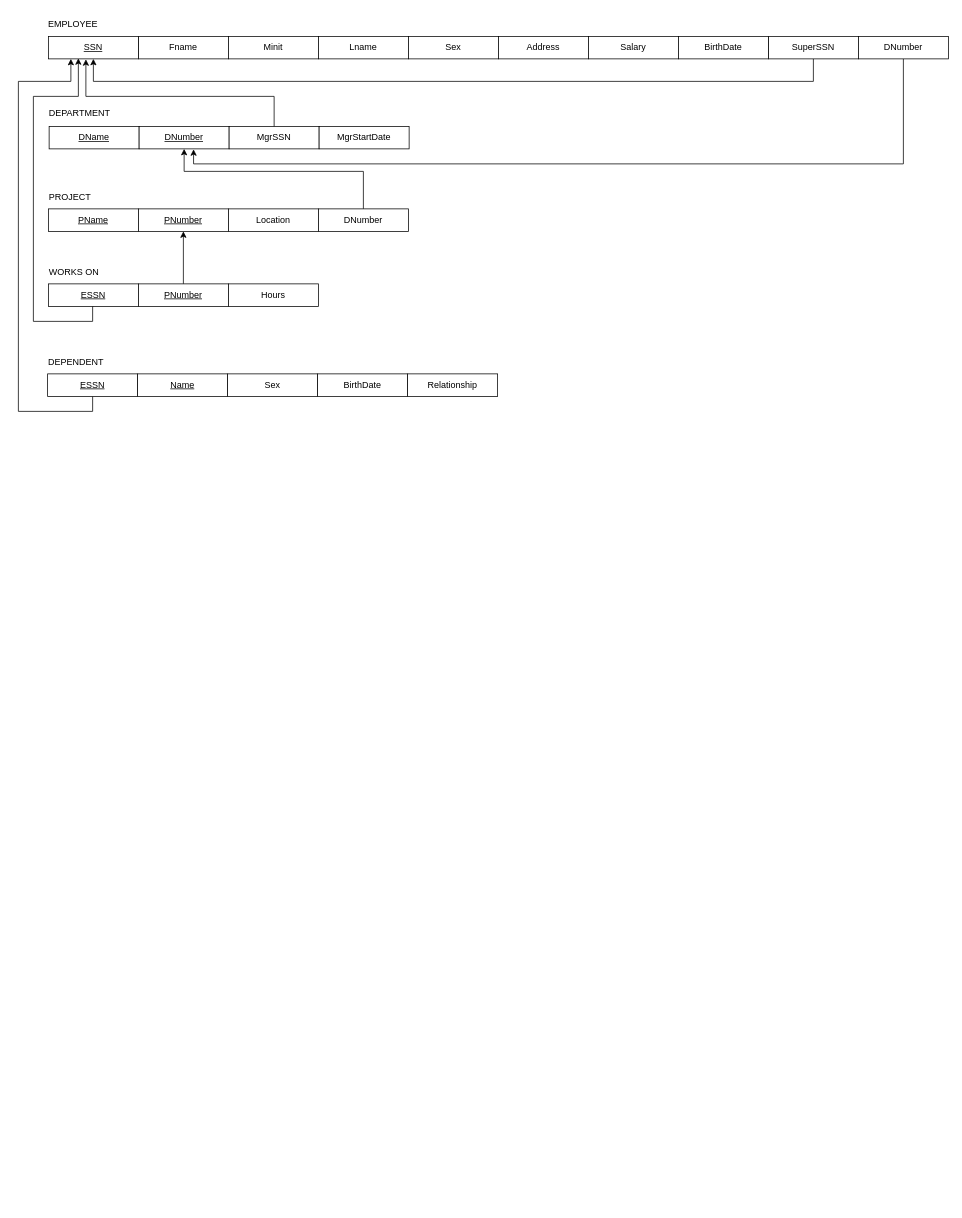
Before: dbschema.drawio in melvinchia3636/erd, a draw.io diagram. Source tidied: cells renumbered, new cells numbered last; positions are measured from the earlier drawing's top-left corner, leaving out a move shared by most shapes. Both pictures are drawn from the tidied source at 75%, with x=0, y=0 at pixel (18, 13).
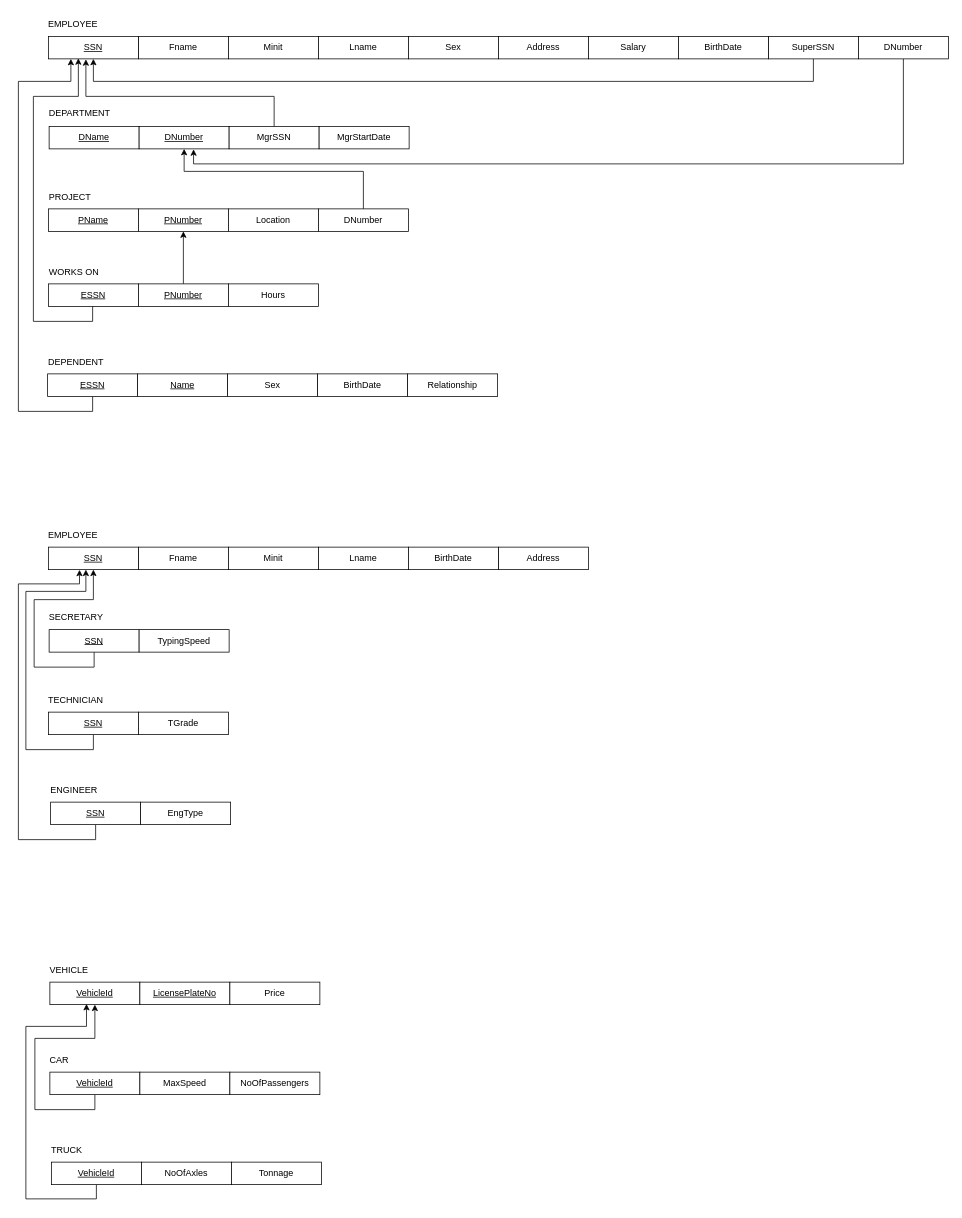
Above is the later version.

Change to the diagram source:
```diff
@@
+    <mxCell id="40" value="Fname" style="rounded=0;whiteSpace=wrap;html=1;" parent="1" vertex="1">
+      <mxGeometry x="160" y="712" width="120" height="30" as="geometry" />
+    </mxCell>
+    <mxCell id="41" value="Minit" style="rounded=0;whiteSpace=wrap;html=1;" parent="1" vertex="1">
+      <mxGeometry x="280" y="712" width="120" height="30" as="geometry" />
+    </mxCell>
+    <mxCell id="42" value="Lname" style="rounded=0;whiteSpace=wrap;html=1;" parent="1" vertex="1">
+      <mxGeometry x="400" y="712" width="120" height="30" as="geometry" />
+    </mxCell>
+    <mxCell id="43" value="Address" style="rounded=0;whiteSpace=wrap;html=1;" parent="1" vertex="1">
+      <mxGeometry x="640" y="712" width="120" height="30" as="geometry" />
+    </mxCell>
+    <mxCell id="44" value="SSN" style="rounded=0;whiteSpace=wrap;html=1;fontStyle=4;" parent="1" vertex="1">
+      <mxGeometry x="40" y="712" width="120" height="30" as="geometry" />
+    </mxCell>
+    <mxCell id="45" value="&lt;div align=&quot;left&quot;&gt;EMPLOYEE&lt;/div&gt;" style="text;html=1;align=left;verticalAlign=middle;whiteSpace=wrap;rounded=0;" parent="1" vertex="1">
+      <mxGeometry x="38" y="681" width="60" height="30" as="geometry" />
+    </mxCell>
+    <mxCell id="46" value="BirthDate" style="rounded=0;whiteSpace=wrap;html=1;" parent="1" vertex="1">
+      <mxGeometry x="520" y="712" width="120" height="30" as="geometry" />
+    </mxCell>
+    <mxCell id="47" style="edgeStyle=orthogonalEdgeStyle;rounded=0;jettySize=auto;html=1;entryX=0.5;entryY=1;entryDx=0;entryDy=0;exitX=0.5;exitY=1;exitDx=0;exitDy=0;" parent="1" edge="1" source="48" target="44">
+      <mxGeometry relative="1" as="geometry" />
+    </mxCell>
+    <mxCell id="48" value="SSN" style="rounded=0;whiteSpace=wrap;html=1;fontStyle=4;" parent="1" vertex="1">
+      <mxGeometry x="41" y="822" width="120" height="30" as="geometry" />
+    </mxCell>
+    <mxCell id="49" value="SECRETARY" style="text;html=1;align=left;verticalAlign=middle;whiteSpace=wrap;rounded=0;" parent="1" vertex="1">
+      <mxGeometry x="39" y="791" width="60" height="30" as="geometry" />
+    </mxCell>
+    <mxCell id="50" value="TypingSpeed" style="rounded=0;whiteSpace=wrap;html=1;" parent="1" vertex="1">
+      <mxGeometry x="161" y="822" width="120" height="30" as="geometry" />
+    </mxCell>
+    <mxCell id="51" style="edgeStyle=orthogonalEdgeStyle;rounded=0;jettySize=auto;html=1;exitX=0.5;exitY=1;exitDx=0;exitDy=0;" parent="1" edge="1" source="52">
+      <mxGeometry relative="1" as="geometry">
+        <mxPoint x="90" y="742" as="targetPoint" />
+        <Array as="points">
+          <mxPoint x="100" y="982" />
+          <mxPoint x="10" y="982" />
+          <mxPoint x="10" y="771" />
+          <mxPoint x="90" y="771" />
+          <mxPoint x="90" y="742" />
+        </Array>
+      </mxGeometry>
+    </mxCell>
+    <mxCell id="52" value="SSN" style="rounded=0;whiteSpace=wrap;html=1;fontStyle=4;" parent="1" vertex="1">
+      <mxGeometry x="40" y="932" width="120" height="30" as="geometry" />
+    </mxCell>
+    <mxCell id="53" value="TECHNICIAN" style="text;html=1;align=left;verticalAlign=middle;whiteSpace=wrap;rounded=0;" parent="1" vertex="1">
+      <mxGeometry x="38" y="901" width="60" height="30" as="geometry" />
+    </mxCell>
+    <mxCell id="54" value="TGrade" style="rounded=0;whiteSpace=wrap;html=1;" parent="1" vertex="1">
+      <mxGeometry x="160" y="932" width="120" height="30" as="geometry" />
+    </mxCell>
+    <mxCell id="55" style="edgeStyle=orthogonalEdgeStyle;rounded=0;jettySize=auto;html=1;exitX=0.5;exitY=1;exitDx=0;exitDy=0;entryX=0.346;entryY=1.008;entryDx=0;entryDy=0;entryPerimeter=0;" parent="1" edge="1" source="56" target="44">
+      <mxGeometry relative="1" as="geometry">
+        <Array as="points">
+          <mxPoint x="103" y="1102" />
+          <mxPoint y="1102" />
+          <mxPoint y="761" />
+          <mxPoint x="82" y="761" />
+        </Array>
+      </mxGeometry>
+    </mxCell>
+    <mxCell id="56" value="SSN" style="rounded=0;whiteSpace=wrap;html=1;fontStyle=4;" parent="1" vertex="1">
+      <mxGeometry x="43" y="1052" width="120" height="30" as="geometry" />
+    </mxCell>
+    <mxCell id="57" value="ENGINEER" style="text;html=1;align=left;verticalAlign=middle;whiteSpace=wrap;rounded=0;" parent="1" vertex="1">
+      <mxGeometry x="41" y="1021" width="60" height="30" as="geometry" />
+    </mxCell>
+    <mxCell id="58" value="EngType" style="rounded=0;whiteSpace=wrap;html=1;" parent="1" vertex="1">
+      <mxGeometry x="163" y="1052" width="120" height="30" as="geometry" />
+    </mxCell>
+    <mxCell id="59" value="VehicleId" style="rounded=0;whiteSpace=wrap;html=1;fontStyle=4;" parent="1" vertex="1">
+      <mxGeometry x="42" y="1292" width="120" height="30" as="geometry" />
+    </mxCell>
+    <mxCell id="60" value="VEHICLE" style="text;html=1;align=left;verticalAlign=middle;whiteSpace=wrap;rounded=0;" parent="1" vertex="1">
+      <mxGeometry x="40" y="1261" width="60" height="30" as="geometry" />
+    </mxCell>
+    <mxCell id="61" value="LicensePlateNo" style="rounded=0;whiteSpace=wrap;html=1;fontStyle=4;" parent="1" vertex="1">
+      <mxGeometry x="162" y="1292" width="120" height="30" as="geometry" />
+    </mxCell>
+    <mxCell id="62" value="Price" style="rounded=0;whiteSpace=wrap;html=1;fontStyle=0;" parent="1" vertex="1">
+      <mxGeometry x="282" y="1292" width="120" height="30" as="geometry" />
+    </mxCell>
+    <mxCell id="63" style="edgeStyle=orthogonalEdgeStyle;rounded=0;jettySize=auto;html=1;entryX=0.5;entryY=1;entryDx=0;entryDy=0;exitX=0.5;exitY=1;exitDx=0;exitDy=0;" parent="1" edge="1" source="64" target="59">
+      <mxGeometry relative="1" as="geometry" />
+    </mxCell>
+    <mxCell id="64" value="VehicleId" style="rounded=0;whiteSpace=wrap;html=1;fontStyle=4;" parent="1" vertex="1">
+      <mxGeometry x="42" y="1412" width="120" height="30" as="geometry" />
+    </mxCell>
+    <mxCell id="65" value="CAR" style="text;html=1;align=left;verticalAlign=middle;whiteSpace=wrap;rounded=0;" parent="1" vertex="1">
+      <mxGeometry x="40" y="1381" width="60" height="30" as="geometry" />
+    </mxCell>
+    <mxCell id="66" value="MaxSpeed" style="rounded=0;whiteSpace=wrap;html=1;" parent="1" vertex="1">
+      <mxGeometry x="162" y="1412" width="120" height="30" as="geometry" />
+    </mxCell>
+    <mxCell id="67" value="NoOfPassengers" style="rounded=0;whiteSpace=wrap;html=1;" parent="1" vertex="1">
+      <mxGeometry x="282" y="1412" width="120" height="30" as="geometry" />
+    </mxCell>
+    <mxCell id="68" style="edgeStyle=orthogonalEdgeStyle;rounded=0;jettySize=auto;html=1;entryX=0.407;entryY=0.971;entryDx=0;entryDy=0;entryPerimeter=0;exitX=0.5;exitY=1;exitDx=0;exitDy=0;" parent="1" edge="1" source="69" target="59">
+      <mxGeometry relative="1" as="geometry">
+        <Array as="points">
+          <mxPoint x="104" y="1581" />
+          <mxPoint x="10" y="1581" />
+          <mxPoint x="10" y="1351" />
+          <mxPoint x="91" y="1351" />
+        </Array>
+      </mxGeometry>
+    </mxCell>
+    <mxCell id="69" value="VehicleId" style="rounded=0;whiteSpace=wrap;html=1;fontStyle=4;" parent="1" vertex="1">
+      <mxGeometry x="44" y="1532" width="120" height="30" as="geometry" />
+    </mxCell>
+    <mxCell id="70" value="TRUCK" style="text;html=1;align=left;verticalAlign=middle;whiteSpace=wrap;rounded=0;" parent="1" vertex="1">
+      <mxGeometry x="42" y="1501" width="60" height="30" as="geometry" />
+    </mxCell>
+    <mxCell id="71" value="NoOfAxles" style="rounded=0;whiteSpace=wrap;html=1;" parent="1" vertex="1">
+      <mxGeometry x="164" y="1532" width="120" height="30" as="geometry" />
+    </mxCell>
+    <mxCell id="72" value="Tonnage" style="rounded=0;whiteSpace=wrap;html=1;" parent="1" vertex="1">
+      <mxGeometry x="284" y="1532" width="120" height="30" as="geometry" />
+    </mxCell>
```
